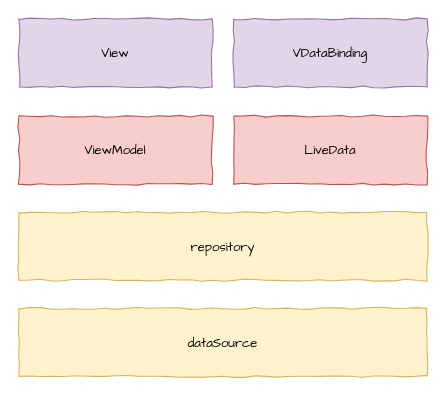
Earlier version of the draw.io diagram app架构.drawio (TryLoveCatch/charts). Source tidied: cells renumbered, new cells numbered last; positions are measured from the earlier drawing's top-left corner, leaving out a move shared by most shapes. Both pictures are drawn from the tidied source at 108%, with x=0, y=0 at pixel (18, 18).
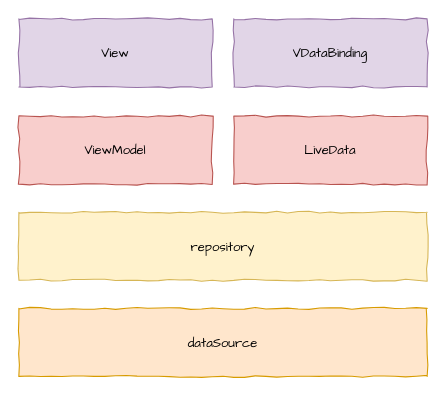
The same page after the edit.

The edit, as a diff of the source:
```diff
@@
 <mxGraphModel>
   <root>
     <mxCell id="0" />
     <mxCell id="1" parent="0" />
     <mxCell id="2" value="&lt;font face=&quot;Comic Sans MS&quot;&gt;View&lt;/font&gt;" style="rounded=0;whiteSpace=wrap;html=1;sketch=0;comic=1;fillColor=#e1d5e7;strokeColor=#9673a6;" parent="1" vertex="1">
       <mxGeometry width="179" height="63" as="geometry" />
     </mxCell>
     <mxCell id="3" value="&lt;font face=&quot;Comic Sans MS&quot;&gt;VDataBinding&lt;/font&gt;" style="rounded=0;whiteSpace=wrap;html=1;sketch=0;comic=1;fillColor=#e1d5e7;strokeColor=#9673a6;" parent="1" vertex="1">
       <mxGeometry x="199" width="179" height="63" as="geometry" />
     </mxCell>
     <mxCell id="4" value="&lt;font face=&quot;Comic Sans MS&quot;&gt;ViewModel&lt;br&gt;&lt;/font&gt;" style="rounded=0;whiteSpace=wrap;html=1;sketch=0;comic=1;fillColor=#f8cecc;strokeColor=#b85450;" parent="1" vertex="1">
       <mxGeometry y="90" width="179" height="63" as="geometry" />
     </mxCell>
     <mxCell id="5" value="&lt;font face=&quot;Comic Sans MS&quot;&gt;LiveData&lt;/font&gt;" style="rounded=0;whiteSpace=wrap;html=1;sketch=0;comic=1;fillColor=#f8cecc;strokeColor=#b85450;" parent="1" vertex="1">
       <mxGeometry x="199" y="90" width="179" height="63" as="geometry" />
     </mxCell>
     <mxCell id="6" value="&lt;font face=&quot;Comic Sans MS&quot;&gt;repository&lt;br&gt;&lt;/font&gt;" style="rounded=0;whiteSpace=wrap;html=1;sketch=0;comic=1;fillColor=#fff2cc;strokeColor=#d6b656;" parent="1" vertex="1">
       <mxGeometry y="179" width="378" height="63" as="geometry" />
     </mxCell>
-    <mxCell id="7" value="&lt;font face=&quot;Comic Sans MS&quot;&gt;dataSource&lt;br&gt;&lt;/font&gt;" style="rounded=0;whiteSpace=wrap;html=1;sketch=0;comic=1;fillColor=#fff2cc;strokeColor=#d6b656;" parent="1" vertex="1">
+    <mxCell id="7" value="&lt;font face=&quot;Comic Sans MS&quot;&gt;dataSource&lt;br&gt;&lt;/font&gt;" style="rounded=0;whiteSpace=wrap;html=1;sketch=0;comic=1;fillColor=#ffe6cc;strokeColor=#d79b00;" parent="1" vertex="1">
       <mxGeometry y="268" width="378" height="63" as="geometry" />
     </mxCell>
   </root>
 </mxGraphModel>
```
